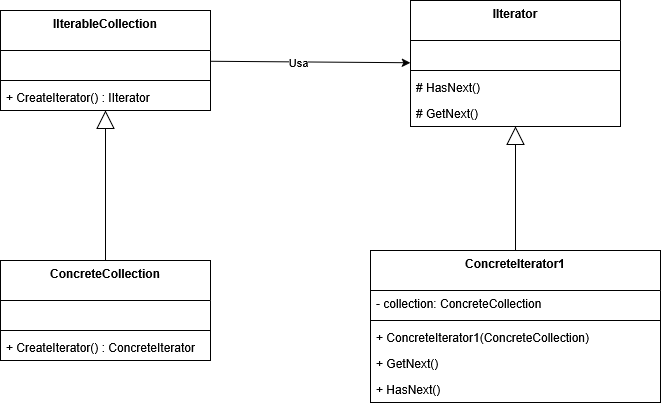
Before: behaviour/resources/iterator_components.drawio.png, a diagram exported from draw.io (devgalop/design-patterns-csharp). Source tidied: cells renumbered, new cells last; positions are measured from the earlier drawing's top-left corner, leaving out a move shared by most shapes.
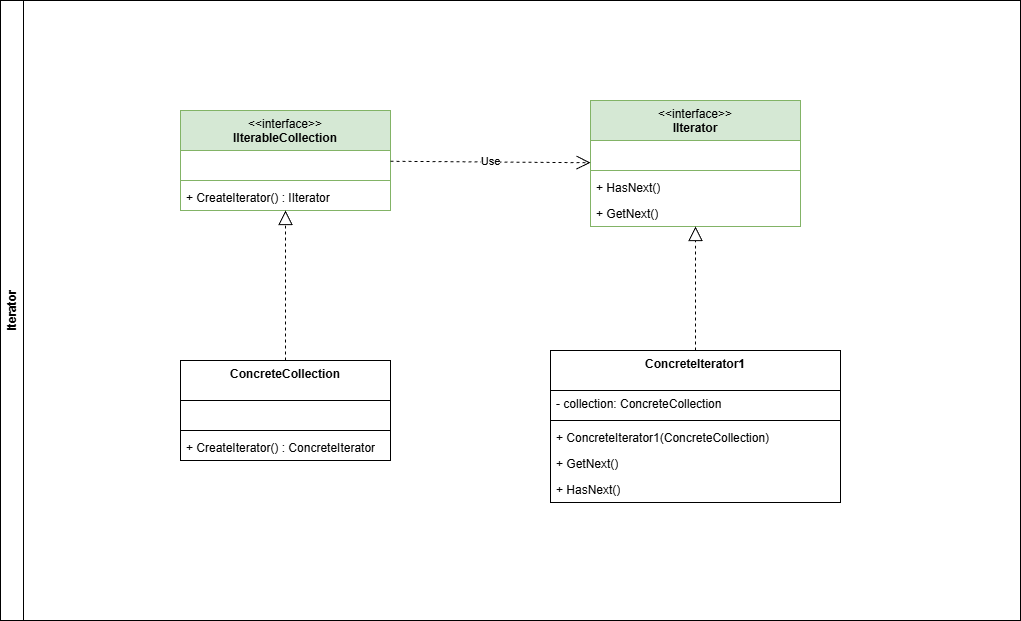
After the commit.

Diff of the diagram source:
```diff
@@ -1,4 +1,4 @@
-<mxGraphModel>
+<mxGraphModel background="#ffffff">
   <root>
     <mxCell id="0" />
     <mxCell id="1" parent="0" />
@@ -20,7 +20,7 @@
     <mxCell id="7" value="+ HasNext()" style="text;strokeColor=none;fillColor=none;align=left;verticalAlign=top;spacingLeft=4;spacingRight=4;overflow=hidden;whiteSpace=wrap;html=1;" parent="2" vertex="1">
       <mxGeometry y="126" width="290" height="26" as="geometry" />
     </mxCell>
-    <mxCell id="8" value="IIterator" style="swimlane;fontStyle=1;align=center;verticalAlign=top;horizontal=1;startSize=40;whiteSpace=wrap;html=1;" parent="1" vertex="1">
+    <mxCell id="8" value="&lt;span style=&quot;font-weight: normal;&quot;&gt;&amp;lt;&amp;lt;interface&amp;gt;&amp;gt;&lt;/span&gt;&lt;br&gt;IIterator" style="swimlane;fontStyle=1;align=center;verticalAlign=top;horizontal=1;startSize=40;whiteSpace=wrap;html=1;fillColor=#d5e8d4;strokeColor=#82b366;" parent="1" vertex="1">
       <mxGeometry x="410" width="210" height="126" as="geometry" />
     </mxCell>
     <mxCell id="9" value="&amp;nbsp;" style="text;strokeColor=none;fillColor=none;align=left;verticalAlign=top;spacingLeft=4;spacingRight=4;overflow=hidden;whiteSpace=wrap;html=1;" parent="8" vertex="1">
@@ -29,16 +29,13 @@
     <mxCell id="10" style="line;strokeWidth=1;fillColor=none;align=left;verticalAlign=middle;spacingTop=-1;spacingLeft=3;spacingRight=3;labelPosition=right;strokeColor=inherit;" parent="8" vertex="1">
       <mxGeometry y="66" width="210" height="8" as="geometry" />
     </mxCell>
-    <mxCell id="11" value="# HasNext()" style="text;strokeColor=none;fillColor=none;align=left;verticalAlign=top;spacingLeft=4;spacingRight=4;overflow=hidden;whiteSpace=wrap;html=1;" parent="8" vertex="1">
+    <mxCell id="11" value="+ HasNext()" style="text;strokeColor=none;fillColor=none;align=left;verticalAlign=top;spacingLeft=4;spacingRight=4;overflow=hidden;whiteSpace=wrap;html=1;" parent="8" vertex="1">
       <mxGeometry y="74" width="210" height="26" as="geometry" />
     </mxCell>
-    <mxCell id="12" value="# GetNext()" style="text;strokeColor=none;fillColor=none;align=left;verticalAlign=top;spacingLeft=4;spacingRight=4;overflow=hidden;whiteSpace=wrap;html=1;" parent="8" vertex="1">
+    <mxCell id="12" value="+ GetNext()" style="text;strokeColor=none;fillColor=none;align=left;verticalAlign=top;spacingLeft=4;spacingRight=4;overflow=hidden;whiteSpace=wrap;html=1;" parent="8" vertex="1">
       <mxGeometry y="100" width="210" height="26" as="geometry" />
     </mxCell>
-    <mxCell id="13" style="endArrow=block;endSize=16;endFill=0;html=1;rounded=0;" parent="1" edge="1" source="2" target="8">
-      <mxGeometry relative="1" as="geometry" />
-    </mxCell>
-    <mxCell id="14" value="IIterableCollection" style="swimlane;fontStyle=1;align=center;verticalAlign=top;horizontal=1;startSize=40;whiteSpace=wrap;html=1;" parent="1" vertex="1">
+    <mxCell id="14" value="&lt;span style=&quot;font-weight: normal;&quot;&gt;&amp;lt;&amp;lt;interface&amp;gt;&amp;gt;&lt;/span&gt;&lt;br&gt;IIterableCollection" style="swimlane;fontStyle=1;align=center;verticalAlign=top;horizontal=1;startSize=40;whiteSpace=wrap;html=1;fillColor=#d5e8d4;strokeColor=#82b366;" parent="1" vertex="1">
       <mxGeometry y="10" width="210" height="100" as="geometry" />
     </mxCell>
     <mxCell id="15" value="&amp;nbsp;" style="text;strokeColor=none;fillColor=none;align=left;verticalAlign=top;spacingLeft=4;spacingRight=4;overflow=hidden;whiteSpace=wrap;html=1;" parent="14" vertex="1">
@@ -62,14 +59,17 @@
     <mxCell id="21" value="+ CreateIterator() : ConcreteIterator" style="text;strokeColor=none;fillColor=none;align=left;verticalAlign=top;spacingLeft=4;spacingRight=4;overflow=hidden;whiteSpace=wrap;html=1;" parent="18" vertex="1">
       <mxGeometry y="74" width="210" height="26" as="geometry" />
     </mxCell>
+    <mxCell id="25" value="Iterator" style="swimlane;horizontal=0;whiteSpace=wrap;html=1;" parent="1" vertex="1">
+      <mxGeometry x="-180" y="-100" width="1020" height="620" as="geometry" />
+    </mxCell>
-    <mxCell id="22" style="endArrow=block;endSize=16;endFill=0;html=1;rounded=0;" parent="1" edge="1" source="18" target="14">
+    <mxCell id="22" style="endArrow=block;dashed=1;endFill=0;endSize=12;html=1;" parent="1" edge="1" source="18" target="14">
       <mxGeometry relative="1" as="geometry" />
     </mxCell>
+    <mxCell id="13" style="endArrow=block;dashed=1;endFill=0;endSize=12;html=1;" parent="1" edge="1" source="2" target="8">
+      <mxGeometry relative="1" as="geometry" />
+    </mxCell>
-    <mxCell id="23" style="endArrow=classic;html=1;rounded=0;" parent="1" edge="1" source="14" target="8">
+    <mxCell id="23" value="Use" style="endArrow=open;endSize=12;dashed=1;html=1;" parent="1" edge="1" source="14" target="8">
       <mxGeometry relative="1" as="geometry" />
     </mxCell>
-    <mxCell id="24" value="Usa" style="edgeLabel;html=1;align=center;verticalAlign=middle;" parent="23" vertex="1">
-      <mxGeometry x="-0.13" relative="1" as="geometry" />
-    </mxCell>
   </root>
 </mxGraphModel>
```
